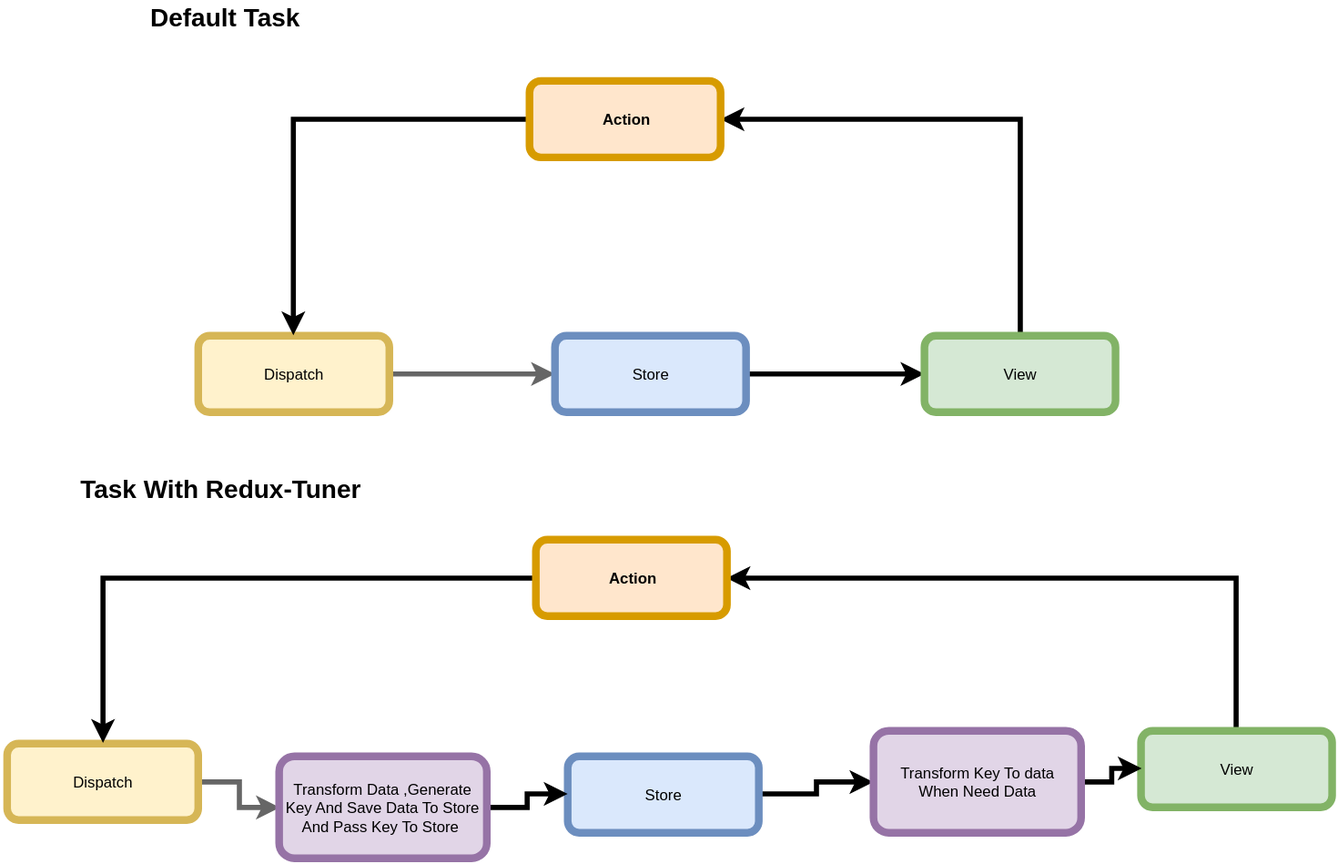
The draw.io diagram Flow.svg in ParhamZare/redux-tuner, before a commit. Source tidied: cells renumbered, new cells last; positions are measured from the earlier drawing's top-left corner, leaving out a move shared by most shapes.
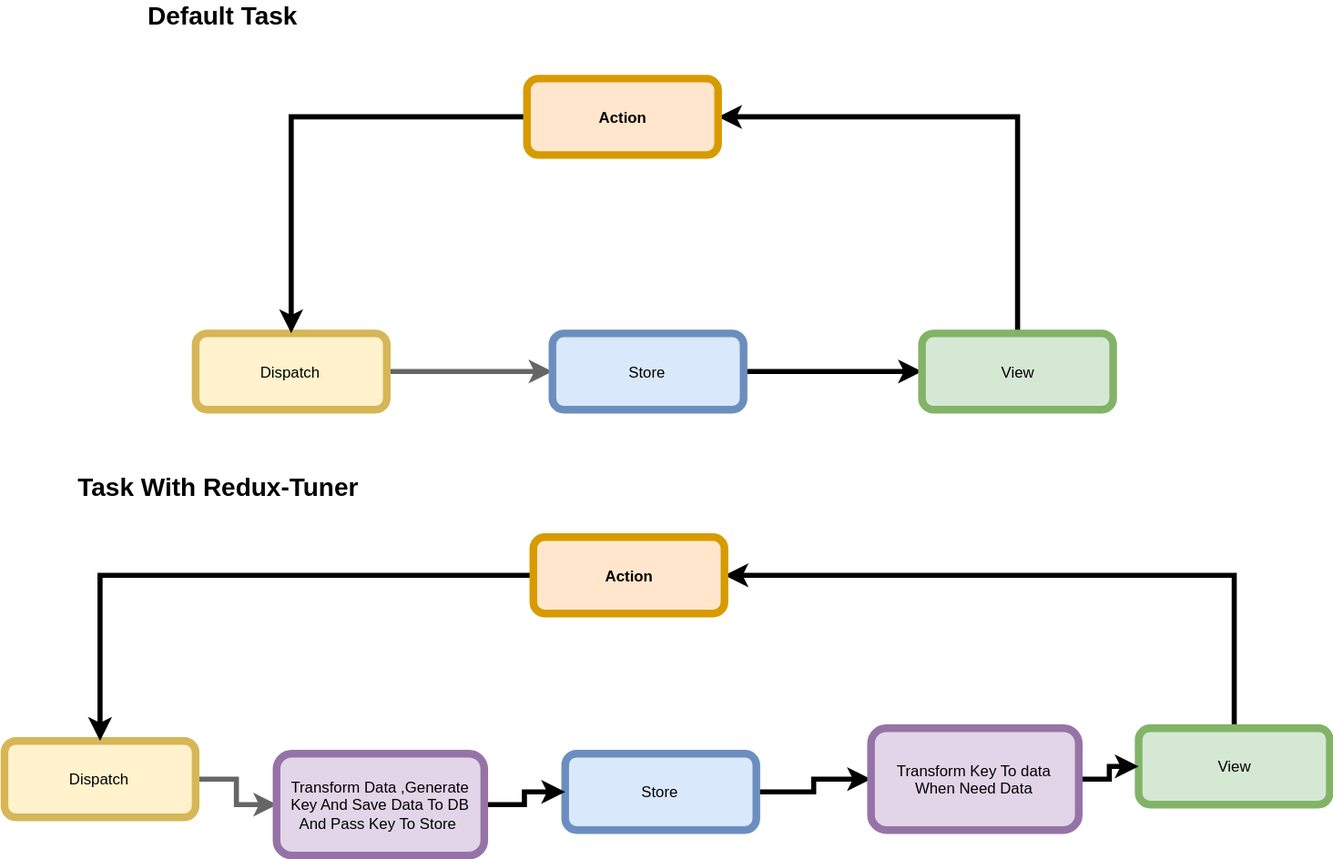
After the commit.

Diff of the diagram source:
```diff
@@ -2,63 +2,63 @@
   <root>
     <mxCell id="0" />
     <mxCell id="1" parent="0" />
-    <mxCell id="2" style="edgeStyle=orthogonalEdgeStyle;rounded=0;jettySize=auto;html=1;fillColor=#f5f5f5;strokeColor=#666666;strokeWidth=4;" parent="1" edge="1" source="3" target="5">
-      <mxGeometry relative="1" as="geometry" />
-    </mxCell>
-    <mxCell id="3" value="Dispatch" style="rounded=1;whiteSpace=wrap;html=1;fillColor=#fff2cc;strokeColor=#d6b656;strokeWidth=6;" parent="1" vertex="1">
-      <mxGeometry x="150" y="260" width="150" height="60" as="geometry" />
-    </mxCell>
-    <mxCell id="4" style="edgeStyle=orthogonalEdgeStyle;rounded=0;jettySize=auto;html=1;strokeWidth=4;" parent="1" edge="1" source="5" target="7">
-      <mxGeometry relative="1" as="geometry" />
-    </mxCell>
-    <mxCell id="5" value="Store" style="rounded=1;whiteSpace=wrap;html=1;fillColor=#dae8fc;strokeColor=#6c8ebf;strokeWidth=6;" parent="1" vertex="1">
-      <mxGeometry x="430" y="260" width="150" height="60" as="geometry" />
-    </mxCell>
-    <mxCell id="6" style="edgeStyle=orthogonalEdgeStyle;rounded=0;jettySize=auto;html=1;strokeWidth=4;entryX=1;entryY=0.5;entryDx=0;entryDy=0;exitX=0.5;exitY=0;exitDx=0;exitDy=0;" parent="1" edge="1" source="7" target="9">
-      <mxGeometry relative="1" as="geometry" />
-    </mxCell>
-    <mxCell id="7" value="View" style="rounded=1;whiteSpace=wrap;html=1;fillColor=#d5e8d4;strokeColor=#82b366;strokeWidth=6;" parent="1" vertex="1">
-      <mxGeometry x="720" y="260" width="150" height="60" as="geometry" />
-    </mxCell>
-    <mxCell id="8" style="edgeStyle=orthogonalEdgeStyle;rounded=0;jettySize=auto;html=1;strokeWidth=4;entryX=0.5;entryY=0;entryDx=0;entryDy=0;" parent="1" edge="1" source="9" target="3">
-      <mxGeometry relative="1" as="geometry" />
-    </mxCell>
-    <mxCell id="9" value="&lt;b&gt;Action&lt;/b&gt;" style="rounded=1;whiteSpace=wrap;html=1;fillColor=#ffe6cc;strokeColor=#d79b00;strokeWidth=6;" parent="1" vertex="1">
-      <mxGeometry x="410" y="60" width="150" height="60" as="geometry" />
-    </mxCell>
-    <mxCell id="10" style="edgeStyle=orthogonalEdgeStyle;rounded=0;jettySize=auto;html=1;fillColor=#f5f5f5;strokeColor=#666666;strokeWidth=4;entryX=0;entryY=0.5;entryDx=0;entryDy=0;" parent="1" edge="1" source="11" target="19">
-      <mxGeometry relative="1" as="geometry" />
-    </mxCell>
-    <mxCell id="11" value="Dispatch" style="rounded=1;whiteSpace=wrap;html=1;fillColor=#fff2cc;strokeColor=#d6b656;strokeWidth=6;" parent="1" vertex="1">
-      <mxGeometry y="580" width="150" height="60" as="geometry" />
-    </mxCell>
-    <mxCell id="12" style="edgeStyle=orthogonalEdgeStyle;rounded=0;jettySize=auto;html=1;strokeWidth=4;entryX=0;entryY=0.5;entryDx=0;entryDy=0;" parent="1" edge="1" source="13" target="21">
-      <mxGeometry relative="1" as="geometry" />
-    </mxCell>
-    <mxCell id="13" value="Store" style="rounded=1;whiteSpace=wrap;html=1;fillColor=#dae8fc;strokeColor=#6c8ebf;strokeWidth=6;" parent="1" vertex="1">
-      <mxGeometry x="440" y="590" width="150" height="60" as="geometry" />
-    </mxCell>
-    <mxCell id="14" style="edgeStyle=orthogonalEdgeStyle;rounded=0;jettySize=auto;html=1;strokeWidth=4;entryX=1;entryY=0.5;entryDx=0;entryDy=0;exitX=0.5;exitY=0;exitDx=0;exitDy=0;" parent="1" edge="1" source="15" target="17">
-      <mxGeometry relative="1" as="geometry" />
-    </mxCell>
-    <mxCell id="15" value="View" style="rounded=1;whiteSpace=wrap;html=1;fillColor=#d5e8d4;strokeColor=#82b366;strokeWidth=6;" parent="1" vertex="1">
-      <mxGeometry x="890" y="570" width="150" height="60" as="geometry" />
-    </mxCell>
-    <mxCell id="16" style="edgeStyle=orthogonalEdgeStyle;rounded=0;jettySize=auto;html=1;strokeWidth=4;entryX=0.5;entryY=0;entryDx=0;entryDy=0;" parent="1" edge="1" source="17" target="11">
-      <mxGeometry relative="1" as="geometry" />
-    </mxCell>
-    <mxCell id="17" value="&lt;b&gt;Action&lt;/b&gt;" style="rounded=1;whiteSpace=wrap;html=1;fillColor=#ffe6cc;strokeColor=#d79b00;strokeWidth=6;" parent="1" vertex="1">
-      <mxGeometry x="415" y="420" width="150" height="60" as="geometry" />
-    </mxCell>
-    <mxCell id="18" style="edgeStyle=orthogonalEdgeStyle;rounded=0;jettySize=auto;html=1;entryX=0;entryY=0.5;entryDx=0;entryDy=0;strokeWidth=4;" parent="1" edge="1" source="19" target="13">
-      <mxGeometry relative="1" as="geometry" />
-    </mxCell>
-    <mxCell id="19" value="Transform Data ,Generate Key And Save Data To Store&lt;br&gt;And Pass Key To Store&amp;nbsp;" style="rounded=1;whiteSpace=wrap;html=1;fillColor=#e1d5e7;strokeColor=#9673a6;strokeWidth=6;" parent="1" vertex="1">
-      <mxGeometry x="213.5" y="590" width="163" height="80" as="geometry" />
-    </mxCell>
-    <mxCell id="20" style="edgeStyle=orthogonalEdgeStyle;rounded=0;jettySize=auto;html=1;exitX=1;exitY=0.5;exitDx=0;exitDy=0;entryX=0;entryY=0.5;entryDx=0;entryDy=0;strokeWidth=4;" parent="1" edge="1" source="21" target="15">
-      <mxGeometry relative="1" as="geometry" />
-    </mxCell>
+    <mxCell id="24" style="edgeStyle=orthogonalEdgeStyle;rounded=0;jettySize=auto;html=1;fillColor=#f5f5f5;strokeColor=#666666;strokeWidth=4;" parent="1" edge="1" source="25" target="27">
+      <mxGeometry relative="1" as="geometry" />
+    </mxCell>
+    <mxCell id="25" value="Dispatch" style="rounded=1;whiteSpace=wrap;html=1;fillColor=#fff2cc;strokeColor=#d6b656;strokeWidth=6;" parent="1" vertex="1">
+      <mxGeometry x="150" y="260" width="150" height="60" as="geometry" />
+    </mxCell>
+    <mxCell id="26" style="edgeStyle=orthogonalEdgeStyle;rounded=0;jettySize=auto;html=1;strokeWidth=4;" parent="1" edge="1" source="27" target="29">
+      <mxGeometry relative="1" as="geometry" />
+    </mxCell>
+    <mxCell id="27" value="Store" style="rounded=1;whiteSpace=wrap;html=1;fillColor=#dae8fc;strokeColor=#6c8ebf;strokeWidth=6;" parent="1" vertex="1">
+      <mxGeometry x="430" y="260" width="150" height="60" as="geometry" />
+    </mxCell>
+    <mxCell id="28" style="edgeStyle=orthogonalEdgeStyle;rounded=0;jettySize=auto;html=1;strokeWidth=4;entryX=1;entryY=0.5;entryDx=0;entryDy=0;exitX=0.5;exitY=0;exitDx=0;exitDy=0;" parent="1" edge="1" source="29" target="31">
+      <mxGeometry relative="1" as="geometry" />
+    </mxCell>
+    <mxCell id="29" value="View" style="rounded=1;whiteSpace=wrap;html=1;fillColor=#d5e8d4;strokeColor=#82b366;strokeWidth=6;" parent="1" vertex="1">
+      <mxGeometry x="720" y="260" width="150" height="60" as="geometry" />
+    </mxCell>
+    <mxCell id="30" style="edgeStyle=orthogonalEdgeStyle;rounded=0;jettySize=auto;html=1;strokeWidth=4;entryX=0.5;entryY=0;entryDx=0;entryDy=0;" parent="1" edge="1" source="31" target="25">
+      <mxGeometry relative="1" as="geometry" />
+    </mxCell>
+    <mxCell id="31" value="&lt;b&gt;Action&lt;/b&gt;" style="rounded=1;whiteSpace=wrap;html=1;fillColor=#ffe6cc;strokeColor=#d79b00;strokeWidth=6;" parent="1" vertex="1">
+      <mxGeometry x="410" y="60" width="150" height="60" as="geometry" />
+    </mxCell>
+    <mxCell id="32" style="edgeStyle=orthogonalEdgeStyle;rounded=0;jettySize=auto;html=1;fillColor=#f5f5f5;strokeColor=#666666;strokeWidth=4;entryX=0;entryY=0.5;entryDx=0;entryDy=0;" parent="1" edge="1" source="33" target="41">
+      <mxGeometry relative="1" as="geometry" />
+    </mxCell>
+    <mxCell id="33" value="Dispatch" style="rounded=1;whiteSpace=wrap;html=1;fillColor=#fff2cc;strokeColor=#d6b656;strokeWidth=6;" parent="1" vertex="1">
+      <mxGeometry y="580" width="150" height="60" as="geometry" />
+    </mxCell>
+    <mxCell id="34" style="edgeStyle=orthogonalEdgeStyle;rounded=0;jettySize=auto;html=1;strokeWidth=4;entryX=0;entryY=0.5;entryDx=0;entryDy=0;" parent="1" edge="1" source="35" target="21">
+      <mxGeometry relative="1" as="geometry" />
+    </mxCell>
+    <mxCell id="35" value="Store" style="rounded=1;whiteSpace=wrap;html=1;fillColor=#dae8fc;strokeColor=#6c8ebf;strokeWidth=6;" parent="1" vertex="1">
+      <mxGeometry x="440" y="590" width="150" height="60" as="geometry" />
+    </mxCell>
+    <mxCell id="36" style="edgeStyle=orthogonalEdgeStyle;rounded=0;jettySize=auto;html=1;strokeWidth=4;entryX=1;entryY=0.5;entryDx=0;entryDy=0;exitX=0.5;exitY=0;exitDx=0;exitDy=0;" parent="1" edge="1" source="37" target="39">
+      <mxGeometry relative="1" as="geometry" />
+    </mxCell>
+    <mxCell id="37" value="View" style="rounded=1;whiteSpace=wrap;html=1;fillColor=#d5e8d4;strokeColor=#82b366;strokeWidth=6;" parent="1" vertex="1">
+      <mxGeometry x="890" y="570" width="150" height="60" as="geometry" />
+    </mxCell>
+    <mxCell id="38" style="edgeStyle=orthogonalEdgeStyle;rounded=0;jettySize=auto;html=1;strokeWidth=4;entryX=0.5;entryY=0;entryDx=0;entryDy=0;" parent="1" edge="1" source="39" target="33">
+      <mxGeometry relative="1" as="geometry" />
+    </mxCell>
+    <mxCell id="39" value="&lt;b&gt;Action&lt;/b&gt;" style="rounded=1;whiteSpace=wrap;html=1;fillColor=#ffe6cc;strokeColor=#d79b00;strokeWidth=6;" parent="1" vertex="1">
+      <mxGeometry x="415" y="420" width="150" height="60" as="geometry" />
+    </mxCell>
+    <mxCell id="40" style="edgeStyle=orthogonalEdgeStyle;rounded=0;jettySize=auto;html=1;entryX=0;entryY=0.5;entryDx=0;entryDy=0;strokeWidth=4;" parent="1" edge="1" source="41" target="35">
+      <mxGeometry relative="1" as="geometry" />
+    </mxCell>
+    <mxCell id="41" value="Transform Data ,Generate Key And Save Data To DB&lt;br&gt;And Pass Key To Store&amp;nbsp;" style="rounded=1;whiteSpace=wrap;html=1;fillColor=#e1d5e7;strokeColor=#9673a6;strokeWidth=6;" parent="1" vertex="1">
+      <mxGeometry x="213.5" y="590" width="163" height="80" as="geometry" />
+    </mxCell>
+    <mxCell id="42" style="edgeStyle=orthogonalEdgeStyle;rounded=0;jettySize=auto;html=1;exitX=1;exitY=0.5;exitDx=0;exitDy=0;entryX=0;entryY=0.5;entryDx=0;entryDy=0;strokeWidth=4;" parent="1" edge="1" source="21" target="37">
+      <mxGeometry relative="1" as="geometry" />
+    </mxCell>
     <mxCell id="21" value="Transform Key To data When Need Data" style="rounded=1;whiteSpace=wrap;html=1;fillColor=#e1d5e7;strokeColor=#9673a6;strokeWidth=6;" parent="1" vertex="1">
       <mxGeometry x="680" y="570" width="163" height="80" as="geometry" />
     </mxCell>
```
